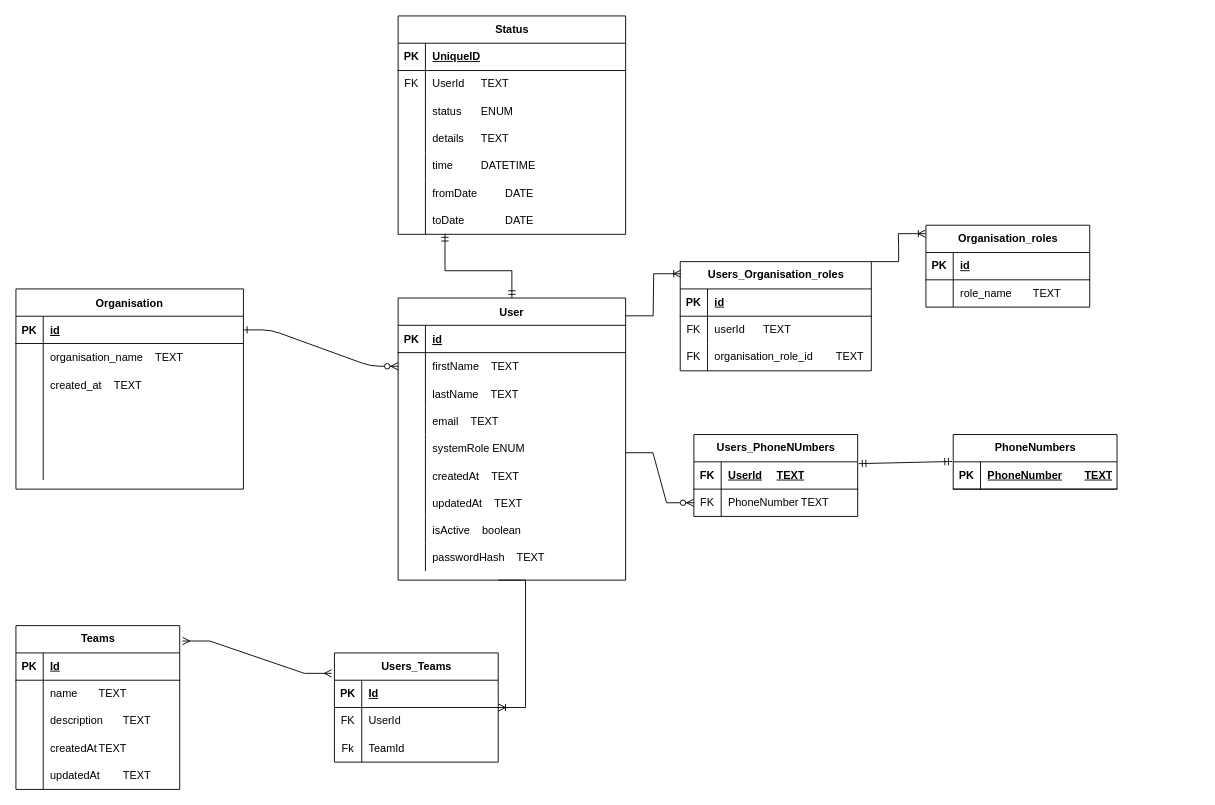
Before: diagrams/Database diagram.drawio in TobiasRoland123/work, a draw.io diagram. Source tidied: cells renumbered, new cells numbered last; positions are measured from the earlier drawing's top-left corner, leaving out a move shared by most shapes. Both pictures are drawn from the tidied source at 91%, with x=0, y=0 at pixel (15, 15).
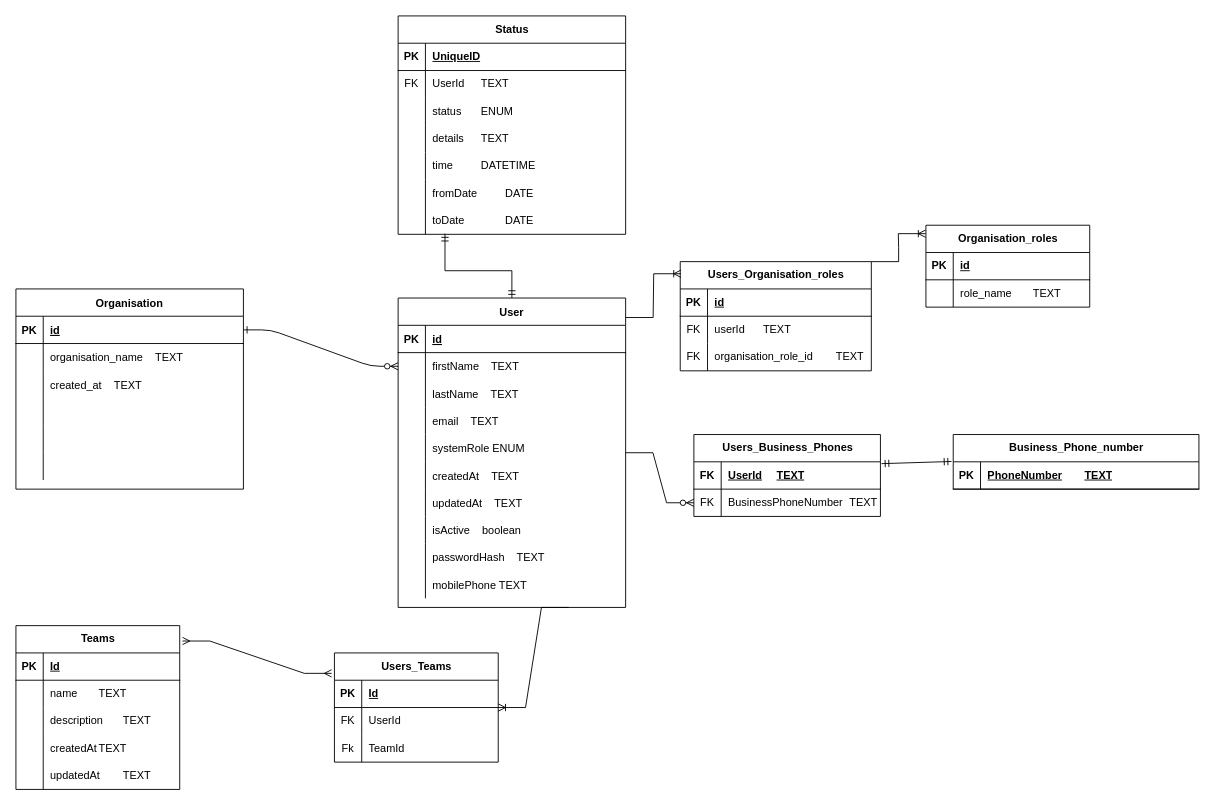
The same diagram, later.

The change refers to these unchanged cells:
```xml
<mxCell id="102" style="shape=tableRow;horizontal=0;startSize=0;swimlaneHead=0;swimlaneBody=0;fillColor=none;points=[[0,0.5],[1,0.5]];portConstraint=eastwest;top=0;left=0;right=0;bottom=0;" parent="98" vertex="1">
  <mxGeometry y="60" width="180" height="30" as="geometry" />
</mxCell>
```

Change to the diagram source:
```diff
@@
     <mxCell id="3" value="User" style="shape=table;startSize=30;childLayout=tableLayout;rowLines=0;fontStyle=1;align=center;labelBackgroundColor=none;" parent="1" vertex="1">
-      <mxGeometry x="420" y="310" width="250" height="310" as="geometry" />
+      <mxGeometry x="420" y="310" width="250" height="340" as="geometry" />
     </mxCell>
@@
+    <mxCell id="133" style="shape=partialRectangle;fillColor=none;top=0;left=0;right=0;bottom=0;labelBackgroundColor=none;" parent="3" vertex="1">
+      <mxGeometry y="300" width="250" height="30" as="geometry" />
+    </mxCell>
+    <mxCell id="134" style="shape=partialRectangle;overflow=hidden;fillColor=none;top=0;left=0;bottom=0;right=0;labelBackgroundColor=none;" parent="133" vertex="1">
+      <mxGeometry width="30" height="30" as="geometry" />
+    </mxCell>
+    <mxCell id="135" value="mobilePhone TEXT" style="shape=partialRectangle;overflow=hidden;fillColor=none;top=0;left=0;bottom=0;right=0;align=left;spacingLeft=6;labelBackgroundColor=none;" parent="133" vertex="1">
+      <mxGeometry x="30" width="220" height="30" as="geometry" />
+    </mxCell>
@@
-    <mxCell id="69" value="PhoneNumbers" style="shape=table;startSize=30;childLayout=tableLayout;rowLines=0;fontStyle=1;align=center;html=1;" parent="1" vertex="1">
-      <mxGeometry x="1030" y="460" width="180" height="60" as="geometry" />
+    <mxCell id="69" value="Business_Phone_number" style="shape=table;startSize=30;childLayout=tableLayout;rowLines=0;fontStyle=1;align=center;html=1;" parent="1" vertex="1">
+      <mxGeometry x="1030" y="460" width="270" height="60" as="geometry" />
     </mxCell>
     <mxCell id="70" style="shape=tableRow;horizontal=0;startSize=0;swimlaneHead=0;swimlaneBody=0;fillColor=none;points=[[0,0.5],[1,0.5]];portConstraint=eastwest;top=0;left=0;right=0;bottom=1;" parent="69" vertex="1">
-      <mxGeometry y="30" width="180" height="30" as="geometry" />
+      <mxGeometry y="30" width="270" height="30" as="geometry" />
     </mxCell>
@@
     <mxCell id="72" value="PhoneNumber&lt;span style=&quot;white-space: pre;&quot;&gt;&#9;&lt;/span&gt;TEXT" style="shape=partialRectangle;fillColor=none;top=0;left=0;bottom=0;right=0;align=left;spacingLeft=6;fontStyle=5;overflow=hidden;whiteSpace=wrap;html=1;" parent="70" vertex="1">
-      <mxGeometry x="30" width="150" height="30" as="geometry" />
+      <mxGeometry x="30" width="240" height="30" as="geometry" />
     </mxCell>
-    <mxCell id="73" value="Users_PhoneNUmbers" style="shape=table;startSize=30;childLayout=tableLayout;rowLines=0;fontStyle=1;align=center;html=1;" parent="1" vertex="1">
-      <mxGeometry x="745" y="460" width="180" height="90" as="geometry" />
+    <mxCell id="73" value="Users_Business_Phones" style="shape=table;startSize=30;childLayout=tableLayout;rowLines=0;fontStyle=1;align=center;html=1;" parent="1" vertex="1">
+      <mxGeometry x="745" y="460" width="205" height="90" as="geometry" />
     </mxCell>
     <mxCell id="74" style="shape=tableRow;horizontal=0;startSize=0;swimlaneHead=0;swimlaneBody=0;fillColor=none;points=[[0,0.5],[1,0.5]];portConstraint=eastwest;top=0;left=0;right=0;bottom=1;" parent="73" vertex="1">
-      <mxGeometry y="30" width="180" height="30" as="geometry" />
+      <mxGeometry y="30" width="205" height="30" as="geometry" />
     </mxCell>
@@
     <mxCell id="76" value="UserId&lt;span style=&quot;white-space: pre;&quot;&gt;&#9;&lt;/span&gt;TEXT" style="shape=partialRectangle;fillColor=none;top=0;left=0;bottom=0;right=0;align=left;spacingLeft=6;fontStyle=5;overflow=hidden;whiteSpace=wrap;html=1;" parent="74" vertex="1">
-      <mxGeometry x="30" width="150" height="30" as="geometry" />
+      <mxGeometry x="30" width="175" height="30" as="geometry" />
     </mxCell>
     <mxCell id="77" style="shape=tableRow;horizontal=0;startSize=0;swimlaneHead=0;swimlaneBody=0;fillColor=none;points=[[0,0.5],[1,0.5]];portConstraint=eastwest;top=0;left=0;right=0;bottom=0;" parent="73" vertex="1">
-      <mxGeometry y="60" width="180" height="30" as="geometry" />
+      <mxGeometry y="60" width="205" height="30" as="geometry" />
     </mxCell>
@@
-    <mxCell id="79" value="PhoneNumber&lt;span style=&quot;white-space: pre;&quot;&gt;&#9;&lt;/span&gt;TEXT" style="shape=partialRectangle;fillColor=none;top=0;left=0;bottom=0;right=0;align=left;spacingLeft=6;overflow=hidden;whiteSpace=wrap;html=1;" parent="77" vertex="1">
-      <mxGeometry x="30" width="150" height="30" as="geometry" />
+    <mxCell id="79" value="BusinessPhoneNumber&lt;span style=&quot;white-space: pre;&quot;&gt;&#9;&lt;/span&gt;TEXT" style="shape=partialRectangle;fillColor=none;top=0;left=0;bottom=0;right=0;align=left;spacingLeft=6;overflow=hidden;whiteSpace=wrap;html=1;" parent="77" vertex="1">
+      <mxGeometry x="30" width="175" height="30" as="geometry" />
     </mxCell>
@@
-    <mxCell id="108" style="edgeStyle=entityRelationEdgeStyle;fontSize=12;html=1;endArrow=ERoneToMany;rounded=0;entryX=1;entryY=0;entryDx=0;entryDy=0;entryPerimeter=0;" parent="1" edge="1" target="102">
-      <mxGeometry relative="1" as="geometry">
-        <mxPoint x="530" y="620" as="sourcePoint" />
-      </mxGeometry>
+    <mxCell id="108" style="edgeStyle=entityRelationEdgeStyle;fontSize=12;html=1;endArrow=ERoneToMany;rounded=0;entryX=1;entryY=0;entryDx=0;entryDy=0;entryPerimeter=0;exitX=0.75;exitY=1;exitDx=0;exitDy=0;" parent="1" edge="1" source="3" target="102">
+      <mxGeometry relative="1" as="geometry" />
     </mxCell>
```
